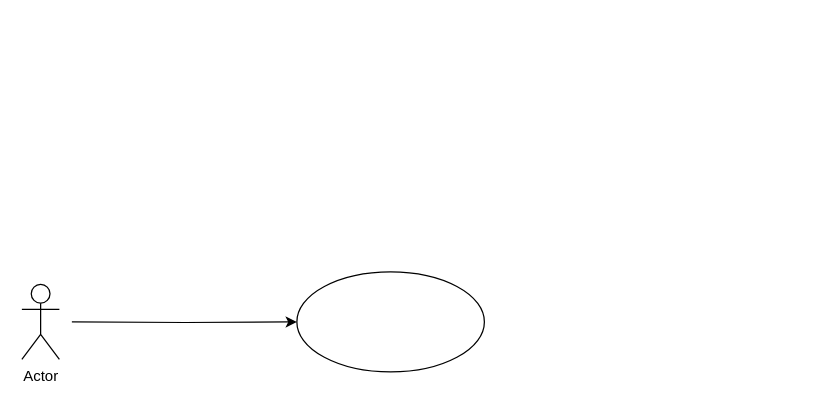
Above: Diagrama sem nome.drawio in Artz2/Draw.io-diagramas (draw.io), before the change. Source tidied: cells renumbered, new cells numbered last; positions are measured from the earlier drawing's top-left corner, leaving out a move shared by most shapes. Both pictures are drawn from the tidied source at 125%, with x=0, y=0 at pixel (21, 271).
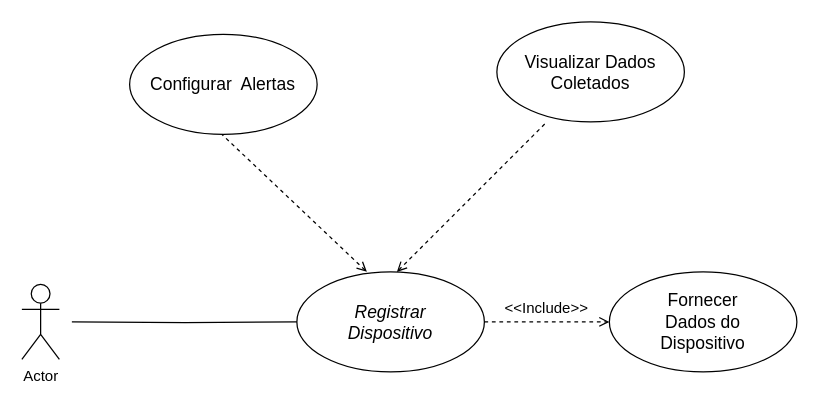
The same diagram, later.

Commit message:
Actualizar Diagrama Casos De Uso

Change to the diagram source:
```diff
@@
 <mxGraphModel>
   <root>
     <mxCell id="0" />
     <mxCell id="1" parent="0" />
+    <mxCell id="5" style="edgeStyle=orthogonalEdgeStyle;rounded=0;jettySize=auto;html=1;endArrow=open;endFill=0;dashed=1;" parent="1" edge="1" source="2" target="7">
+      <mxGeometry relative="1" as="geometry" />
+    </mxCell>
     <mxCell id="2" style="ellipse;whiteSpace=wrap;html=1;" parent="1" vertex="1">
       <mxGeometry x="220" width="150" height="80" as="geometry" />
     </mxCell>
-    <mxCell id="3" style="edgeStyle=orthogonalEdgeStyle;rounded=0;jettySize=auto;html=1;entryX=0;entryY=0.5;entryDx=0;entryDy=0;" parent="1" edge="1" target="2">
+    <mxCell id="3" style="edgeStyle=orthogonalEdgeStyle;rounded=0;jettySize=auto;html=1;entryX=0;entryY=0.5;entryDx=0;entryDy=0;endArrow=none;endFill=0;" parent="1" edge="1" target="2">
       <mxGeometry relative="1" as="geometry">
         <mxPoint x="40" y="40" as="sourcePoint" />
       </mxGeometry>
     </mxCell>
     <mxCell id="4" value="Actor" style="shape=umlActor;verticalLabelPosition=bottom;verticalAlign=top;html=1;" parent="1" vertex="1">
       <mxGeometry y="10" width="30" height="60" as="geometry" />
     </mxCell>
+    <mxCell id="6" value="Registrar Dispositivo" style="text;html=1;strokeColor=none;fillColor=none;align=center;verticalAlign=middle;whiteSpace=wrap;rounded=0;fontStyle=2;fontSize=14;" parent="1" vertex="1">
+      <mxGeometry x="236.2" y="13.8" width="117.5" height="52.5" as="geometry" />
+    </mxCell>
+    <mxCell id="7" style="ellipse;whiteSpace=wrap;html=1;fontSize=16;" parent="1" vertex="1">
+      <mxGeometry x="470" width="150" height="80" as="geometry" />
+    </mxCell>
+    <mxCell id="8" value="&amp;lt;&amp;lt;Include&amp;gt;&amp;gt;" style="text;html=1;strokeColor=none;fillColor=none;align=center;verticalAlign=middle;whiteSpace=wrap;rounded=0;" parent="1" vertex="1">
+      <mxGeometry x="390" y="13.8" width="60" height="30" as="geometry" />
+    </mxCell>
+    <mxCell id="9" value="Fornecer Dados do Dispositivo" style="text;html=1;strokeColor=none;fillColor=none;align=center;verticalAlign=middle;whiteSpace=wrap;rounded=0;fontSize=14;" parent="1" vertex="1">
+      <mxGeometry x="515" y="27.5" width="60" height="25" as="geometry" />
+    </mxCell>
+    <mxCell id="10" value="Visualizar Dados Coletados" style="ellipse;whiteSpace=wrap;html=1;fontSize=14;" parent="1" vertex="1">
+      <mxGeometry x="380" y="-200" width="150" height="80" as="geometry" />
+    </mxCell>
+    <mxCell id="11" style="endArrow=none;dashed=1;html=1;rounded=0;startArrow=open;startFill=0;" parent="1" edge="1">
+      <mxGeometry relative="1" as="geometry">
+        <mxPoint x="300" as="sourcePoint" />
+        <mxPoint x="420" y="-120" as="targetPoint" />
+      </mxGeometry>
+    </mxCell>
+    <mxCell id="12" style="endArrow=none;dashed=1;html=1;rounded=0;startArrow=open;startFill=0;" parent="1" edge="1">
+      <mxGeometry relative="1" as="geometry">
+        <mxPoint x="276" as="sourcePoint" />
+        <mxPoint x="160" y="-110" as="targetPoint" />
+      </mxGeometry>
+    </mxCell>
+    <mxCell id="13" value="Configurar&amp;nbsp; Alertas" style="ellipse;whiteSpace=wrap;html=1;fontSize=14;" parent="1" vertex="1">
+      <mxGeometry x="86.2" y="-190" width="150" height="80" as="geometry" />
+    </mxCell>
   </root>
 </mxGraphModel>
```
